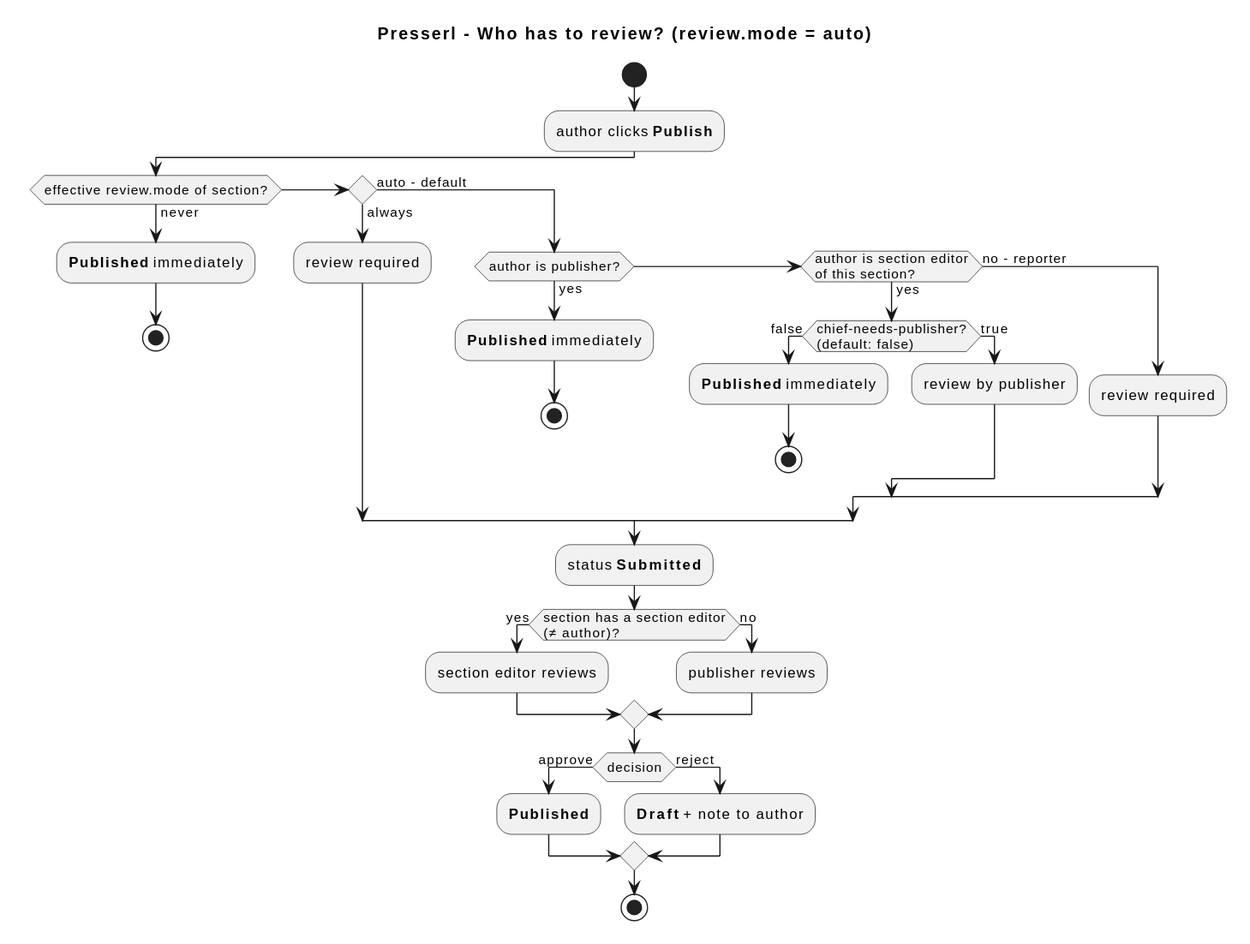
Above: docs/diagrams/review-decision.svg in UnterrainerInformatik/presserl (PlantUML), before the change. Source of this version:
```plantuml
@startuml
title Presserl - Who has to review? (review.mode = auto)
skinparam shadowing false
skinparam defaultFontName Sans-Serif

start
:author clicks **Publish**;
if (effective review.mode of section?) then (never)
  :**Published** immediately;
  stop
elseif () then (always)
  :review required;
else (auto - default)
  if (author is publisher?) then (yes)
    :**Published** immediately;
    stop
  elseif (author is section editor\nof this section?) then (yes)
    if (chief-needs-publisher?\n(default: false)) then (false)
      :**Published** immediately;
      stop
    else (true)
      :review by publisher;
    endif
  else (no - reporter)
    :review required;
  endif
endif
:status **Submitted**;
if (section has a section editor\n(≠ author)?) then (yes)
  :section editor reviews;
else (no)
  :publisher reviews;
endif
if (decision) then (approve)
  :**Published**;
else (reject)
  :**Draft** + note to author;
endif
stop
@enduml
```
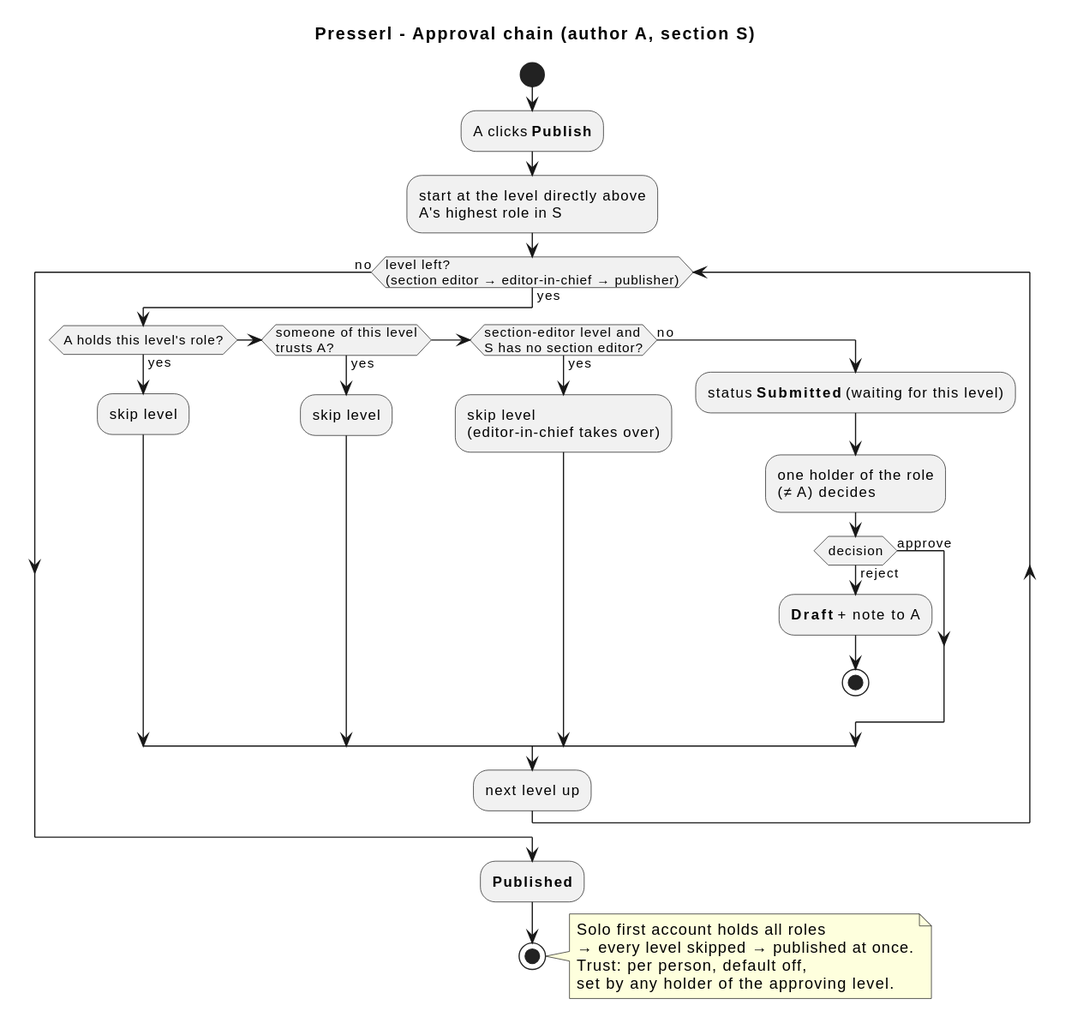
Later version of the same file.

What changed in the source:
```diff
@@ -1,40 +1,36 @@
 @startuml
-title Presserl - Who has to review? (review.mode = auto)
+title Presserl - Approval chain (author A, section S)
 skinparam shadowing false
 skinparam defaultFontName Sans-Serif
 
 start
-:author clicks **Publish**;
-if (effective review.mode of section?) then (never)
-  :**Published** immediately;
-  stop
-elseif () then (always)
-  :review required;
-else (auto - default)
-  if (author is publisher?) then (yes)
-    :**Published** immediately;
-    stop
-  elseif (author is section editor\nof this section?) then (yes)
-    if (chief-needs-publisher?\n(default: false)) then (false)
-      :**Published** immediately;
+:A clicks **Publish**;
+:start at the level directly above\nA's highest role in S;
+while (level left?\n(section editor → editor-in-chief → publisher)) is (yes)
+  if (A holds this level's role?) then (yes)
+    :skip level;
+  elseif (someone of this level\ntrusts A?) then (yes)
+    :skip level;
+  elseif (section-editor level and\nS has no section editor?) then (yes)
+    :skip level\n(editor-in-chief takes over);
+  else (no)
+    :status **Submitted** (waiting for this level);
+    :one holder of the role\n(≠ A) decides;
+    if (decision) then (reject)
+      :**Draft** + note to A;
       stop
-    else (true)
-      :review by publisher;
+    else (approve)
     endif
-  else (no - reporter)
-    :review required;
   endif
-endif
-:status **Submitted**;
-if (section has a section editor\n(≠ author)?) then (yes)
-  :section editor reviews;
-else (no)
-  :publisher reviews;
-endif
-if (decision) then (approve)
-  :**Published**;
-else (reject)
-  :**Draft** + note to author;
-endif
+  :next level up;
+endwhile (no)
+:**Published**;
 stop
+
+note right
+  Solo first account holds all roles
+  → every level skipped → published at once.
+  Trust: per person, default off,
+  set by any holder of the approving level.
+end note
 @enduml
```
